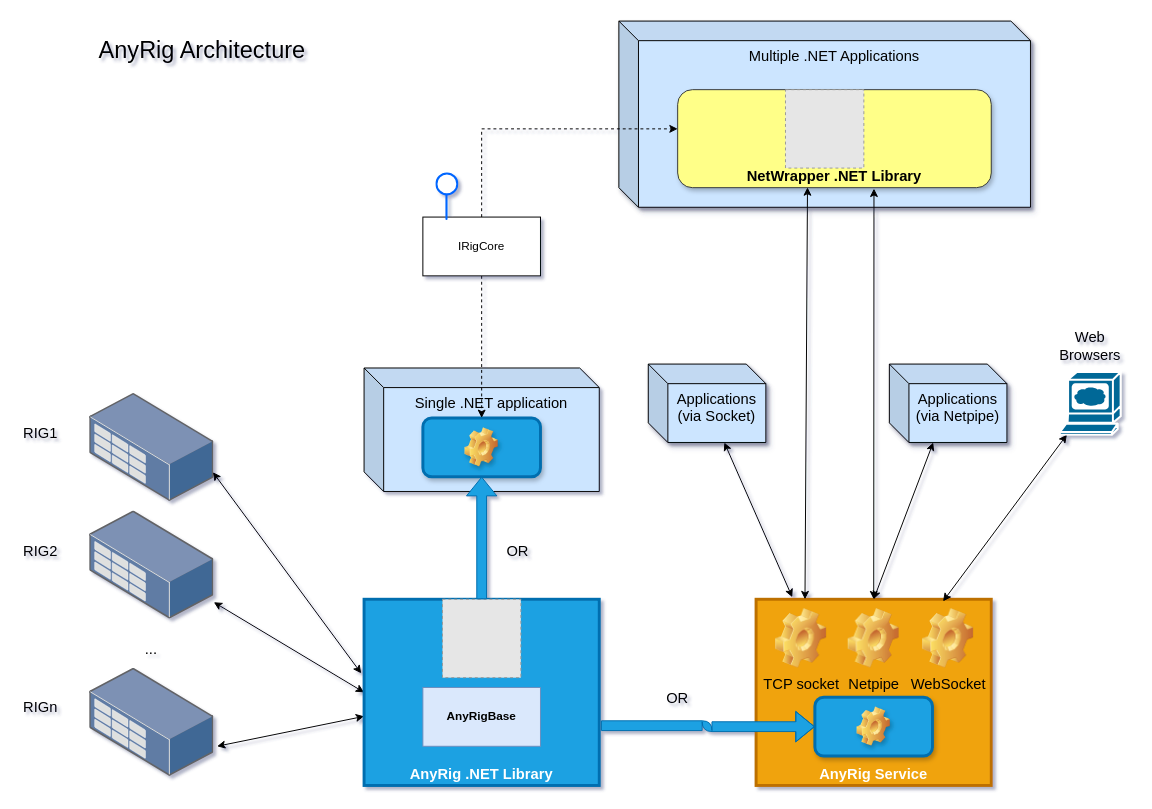
Before: AnyRigArchitecture.drawio in iw1qlh/AnyRig, a draw.io diagram. Source tidied: cells renumbered, new cells numbered last; positions are measured from the earlier drawing's top-left corner, leaving out a move shared by most shapes. Both pictures are drawn from the tidied source at 98%, with x=0, y=0 at pixel (21, 21). Pictures stored in the file or linked from it are replaced by grey dashed boxes.
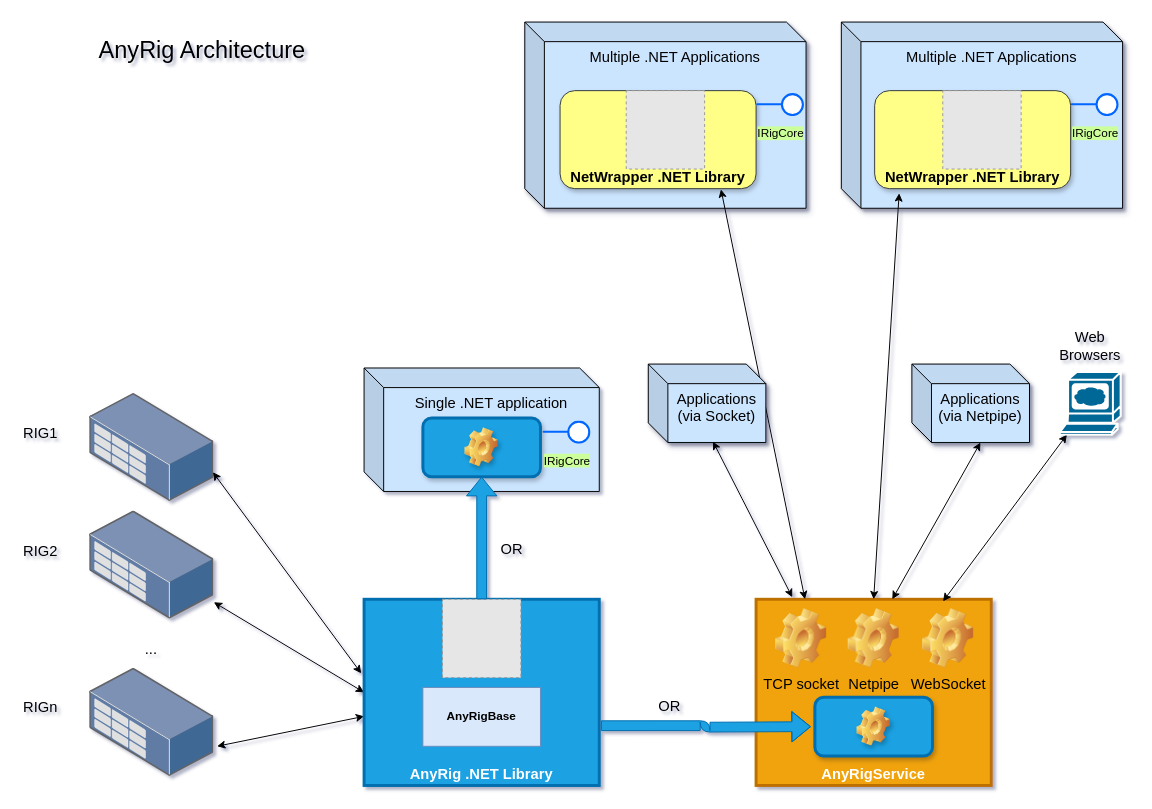
The same page after the edit.

Unchanged cells that the change refers to:
```xml
<mxCell id="5" value="AnyRig .NET Library" style="whiteSpace=wrap;html=1;shadow=0;glass=0;fillColor=#1ba1e2;strokeColor=#006EAF;fontColor=#ffffff;fontStyle=1;fontSize=15;verticalAlign=bottom;strokeWidth=3;perimeterSpacing=0;" parent="1" vertex="1">
  <mxGeometry x="350" y="590" width="240" height="190" as="geometry" />
</mxCell>
<mxCell id="32" style="rounded=1;whiteSpace=wrap;html=1;shadow=1;glass=0;labelBackgroundColor=none;strokeColor=#006EAF;strokeWidth=3;fillColor=#1ba1e2;fontSize=15;fontColor=#ffffff;sketch=0;" parent="1" vertex="1">
  <mxGeometry x="410" y="405" width="120" height="60" as="geometry" />
</mxCell>
<mxCell id="35" style="rounded=1;whiteSpace=wrap;html=1;shadow=1;glass=0;labelBackgroundColor=none;strokeColor=#006EAF;strokeWidth=3;fillColor=#1ba1e2;fontSize=15;fontColor=#ffffff;sketch=0;" parent="1" vertex="1">
  <mxGeometry x="810" y="690" width="120" height="60" as="geometry" />
</mxCell>
```

Diff of the diagram source:
```diff
@@
-    <mxCell id="8" value="AnyRig Service" style="whiteSpace=wrap;html=1;shadow=0;glass=0;fillColor=#f0a30a;strokeColor=#BD7000;fontColor=#ffffff;fontStyle=1;fontSize=15;labelPosition=center;verticalLabelPosition=middle;align=center;verticalAlign=bottom;strokeWidth=3;sketch=0;" parent="1" vertex="1">
+    <mxCell id="8" value="AnyRigService" style="whiteSpace=wrap;html=1;shadow=0;glass=0;fillColor=#f0a30a;strokeColor=#BD7000;fontColor=#ffffff;fontStyle=1;fontSize=15;labelPosition=center;verticalLabelPosition=middle;align=center;verticalAlign=bottom;strokeWidth=3;sketch=0;" parent="1" vertex="1">
       <mxGeometry x="750" y="590" width="240" height="190" as="geometry" />
     </mxCell>
@@
-    <mxCell id="14" style="edgeStyle=none;jettySize=auto;html=1;entryX=0.154;entryY=-0.011;entryDx=0;entryDy=0;entryPerimeter=0;startArrow=classic;startFill=1;fontSize=15;" parent="1" edge="1" source="15" target="8">
-      <mxGeometry relative="1" as="geometry" />
+    <mxCell id="14" style="edgeStyle=none;jettySize=auto;html=1;entryX=0.154;entryY=-0.011;entryDx=0;entryDy=0;entryPerimeter=0;startArrow=classic;startFill=1;fontSize=15;" parent="1" edge="1" target="8">
+      <mxGeometry relative="1" as="geometry">
+        <mxPoint x="706" y="429" as="sourcePoint" />
+      </mxGeometry>
     </mxCell>
-    <mxCell id="15" value="&lt;div&gt;Applications (via Socket)&lt;/div&gt;&lt;div&gt;&lt;br&gt;&lt;/div&gt;" style="shape=cube;whiteSpace=wrap;boundedLbl=1;backgroundOutline=1;darkOpacity=0.05;darkOpacity2=0.1;shadow=1;fontSize=15;verticalAlign=top;glass=0;labelBackgroundColor=none;fillColor=#cce5ff;html=1;sketch=0;" parent="1" vertex="1">
-      <mxGeometry x="640" y="350" width="120" height="80" as="geometry" />
-    </mxCell>
@@
-    <mxCell id="17" style="edgeStyle=none;jettySize=auto;html=1;entryX=0.5;entryY=0;entryDx=0;entryDy=0;startArrow=classic;startFill=1;fontSize=15;" parent="1" edge="1" source="18" target="8">
-      <mxGeometry relative="1" as="geometry" />
+    <mxCell id="17" style="edgeStyle=none;jettySize=auto;html=1;startArrow=classic;startFill=1;fontSize=15;exitX=0;exitY=0;exitDx=70;exitDy=80;exitPerimeter=0;" parent="1" edge="1" source="18">
+      <mxGeometry relative="1" as="geometry">
+        <mxPoint x="889" y="590" as="targetPoint" />
+      </mxGeometry>
     </mxCell>
-    <mxCell id="18" value="Applications (via Netpipe)" style="shape=cube;whiteSpace=wrap;boundedLbl=1;backgroundOutline=1;darkOpacity=0.05;darkOpacity2=0.1;shadow=1;fontSize=15;verticalAlign=top;glass=0;labelBackgroundColor=none;fillColor=#cce5ff;html=1;sketch=0;" parent="1" vertex="1">
-      <mxGeometry x="886" y="350" width="120" height="80" as="geometry" />
-    </mxCell>
     <mxCell id="19" value="Multiple .NET Applications" style="shape=cube;whiteSpace=wrap;boundedLbl=1;backgroundOutline=1;darkOpacity=0.05;darkOpacity2=0.1;shadow=1;fontSize=15;verticalAlign=top;glass=0;labelBackgroundColor=none;fillColor=#cce5ff;html=1;" parent="1" vertex="1">
-      <mxGeometry x="610" width="420" height="190" as="geometry" />
+      <mxGeometry x="514" y="1" width="287" height="190" as="geometry" />
     </mxCell>
@@
     <mxCell id="28" value="NetWrapper .NET Library" style="whiteSpace=wrap;html=1;shadow=1;glass=0;labelBackgroundColor=none;strokeColor=#36393d;fillColor=#ffff88;fontSize=15;fontStyle=1;verticalAlign=bottom;rounded=1;" parent="1" vertex="1">
-      <mxGeometry x="670" y="70" width="320" height="100" as="geometry" />
+      <mxGeometry x="550" y="71" width="200" height="100" as="geometry" />
     </mxCell>
     <mxCell id="29" style="fillColor=#E6E6E6;strokeColor=#999999;dashed=1;html=1;verticalAlign=top;verticalLabelPosition=bottom;labelBackgroundColor=#ffffff;fontSize=15;" parent="1" vertex="1">
-      <mxGeometry x="780" y="70" width="80" height="80" as="geometry" />
+      <mxGeometry x="617.5" y="71" width="80" height="80" as="geometry" />
     </mxCell>
-    <mxCell id="30" style="edgeStyle=none;jettySize=auto;html=1;startArrow=classic;startFill=1;fontSize=15;exitX=0.626;exitY=1.01;exitDx=0;exitDy=0;exitPerimeter=0;" parent="1" edge="1" source="28" target="8">
-      <mxGeometry relative="1" as="geometry" />
-    </mxCell>
-    <mxCell id="31" style="edgeStyle=none;jettySize=auto;html=1;startArrow=classic;startFill=1;fontSize=15;entryX=0.208;entryY=0;entryDx=0;entryDy=0;entryPerimeter=0;exitX=0.414;exitY=0.997;exitDx=0;exitDy=0;exitPerimeter=0;" parent="1" edge="1" source="28" target="8">
-      <mxGeometry relative="1" as="geometry" />
-    </mxCell>
@@
-    <mxCell id="37" style="edgeStyle=orthogonalEdgeStyle;jettySize=auto;html=1;fontSize=15;startArrow=none;startFill=0;shape=flexArrow;entryX=0;entryY=0.5;entryDx=0;entryDy=0;exitX=1.007;exitY=0.679;exitDx=0;exitDy=0;exitPerimeter=0;fillColor=#1ba1e2;strokeColor=#006EAF;" parent="1" edge="1" source="5" target="35">
-      <mxGeometry relative="1" as="geometry" />
+    <mxCell id="37" style="edgeStyle=orthogonalEdgeStyle;jettySize=auto;html=1;fontSize=15;startArrow=none;startFill=0;shape=flexArrow;exitX=1.007;exitY=0.679;exitDx=0;exitDy=0;exitPerimeter=0;fillColor=#1ba1e2;strokeColor=#006EAF;" parent="1" edge="1" source="5">
+      <mxGeometry relative="1" as="geometry">
+        <mxPoint x="806" y="720" as="targetPoint" />
+      </mxGeometry>
     </mxCell>
@@
-    <mxCell id="39" value="OR" style="text;html=1;strokeColor=none;fillColor=none;align=center;verticalAlign=middle;whiteSpace=wrap;shadow=1;glass=0;labelBackgroundColor=none;fontSize=15;" parent="1" vertex="1">
-      <mxGeometry x="487.1" y="530" width="40" height="20" as="geometry" />
-    </mxCell>
-    <mxCell id="40" value="OR" style="text;html=1;strokeColor=none;fillColor=none;align=center;verticalAlign=middle;whiteSpace=wrap;shadow=1;glass=0;labelBackgroundColor=none;fontSize=15;" parent="1" vertex="1">
-      <mxGeometry x="650" y="680" width="40" height="20" as="geometry" />
-    </mxCell>
-    <mxCell id="41" style="edgeStyle=orthogonalEdgeStyle;rounded=0;jettySize=auto;html=1;exitX=0.5;exitY=1;exitDx=0;exitDy=0;entryX=0.5;entryY=0;entryDx=0;entryDy=0;dashed=1;" parent="1" edge="1" source="43" target="32">
-      <mxGeometry relative="1" as="geometry" />
-    </mxCell>
-    <mxCell id="42" style="edgeStyle=orthogonalEdgeStyle;rounded=0;jettySize=auto;html=1;exitX=0.5;exitY=0;exitDx=0;exitDy=0;dashed=1;" parent="1" edge="1" source="43">
-      <mxGeometry relative="1" as="geometry">
-        <mxPoint x="670" y="110" as="targetPoint" />
-        <Array as="points">
-          <mxPoint x="470" y="110" />
-        </Array>
-      </mxGeometry>
-    </mxCell>
-    <mxCell id="43" value="IRigCore" style="rounded=0;whiteSpace=wrap;html=1;" parent="1" vertex="1">
-      <mxGeometry x="410" y="200" width="120" height="60" as="geometry" />
-    </mxCell>
-    <mxCell id="44" style="perimeter=ellipsePerimeter;html=1;align=center;shadow=0;dashed=0;spacingTop=3;image;image=img/lib/active_directory/interface.svg;rotation=-90;" parent="1" vertex="1">
-      <mxGeometry x="410" y="166.5" width="50" height="23.5" as="geometry" />
-    </mxCell>
+    <mxCell id="45" value="&lt;div&gt;OR&lt;/div&gt;" style="text;html=1;strokeColor=none;fillColor=none;align=center;verticalAlign=middle;whiteSpace=wrap;shadow=1;glass=0;labelBackgroundColor=none;fontSize=15;" parent="1" vertex="1">
+      <mxGeometry x="481" y="528" width="40" height="20" as="geometry" />
+    </mxCell>
+    <mxCell id="46" value="&lt;div&gt;OR&lt;/div&gt;" style="text;html=1;strokeColor=none;fillColor=none;align=center;verticalAlign=middle;whiteSpace=wrap;shadow=1;glass=0;labelBackgroundColor=none;fontSize=15;" parent="1" vertex="1">
+      <mxGeometry x="642" y="688" width="40" height="20" as="geometry" />
+    </mxCell>
+    <mxCell id="47" value="Multiple .NET Applications" style="shape=cube;whiteSpace=wrap;boundedLbl=1;backgroundOutline=1;darkOpacity=0.05;darkOpacity2=0.1;shadow=1;fontSize=15;verticalAlign=top;glass=0;labelBackgroundColor=none;fillColor=#cce5ff;html=1;" parent="1" vertex="1">
+      <mxGeometry x="837" y="1" width="287" height="190" as="geometry" />
+    </mxCell>
+    <mxCell id="48" value="NetWrapper .NET Library" style="whiteSpace=wrap;html=1;shadow=1;glass=0;labelBackgroundColor=none;strokeColor=#36393d;fillColor=#ffff88;fontSize=15;fontStyle=1;verticalAlign=bottom;rounded=1;" parent="1" vertex="1">
+      <mxGeometry x="871" y="71" width="200" height="100" as="geometry" />
+    </mxCell>
+    <mxCell id="49" style="fillColor=#E6E6E6;strokeColor=#999999;dashed=1;html=1;verticalAlign=top;verticalLabelPosition=bottom;labelBackgroundColor=#ffffff;fontSize=15;" parent="1" vertex="1">
+      <mxGeometry x="940.5" y="71" width="80" height="80" as="geometry" />
+    </mxCell>
+    <mxCell id="31" style="edgeStyle=none;jettySize=auto;html=1;startArrow=classic;startFill=1;fontSize=15;entryX=0.208;entryY=0;entryDx=0;entryDy=0;entryPerimeter=0;exitX=0.821;exitY=1.007;exitDx=0;exitDy=0;exitPerimeter=0;" parent="1" edge="1" source="28" target="8">
+      <mxGeometry relative="1" as="geometry" />
+    </mxCell>
+    <mxCell id="15" value="&lt;div&gt;Applications (via Socket)&lt;/div&gt;&lt;div&gt;&lt;br&gt;&lt;/div&gt;" style="shape=cube;whiteSpace=wrap;boundedLbl=1;backgroundOutline=1;darkOpacity=0.05;darkOpacity2=0.1;shadow=1;fontSize=15;verticalAlign=top;glass=0;labelBackgroundColor=none;fillColor=#cce5ff;html=1;sketch=0;" parent="1" vertex="1">
+      <mxGeometry x="640" y="350" width="120" height="80" as="geometry" />
+    </mxCell>
+    <mxCell id="50" style="rounded=0;jettySize=auto;html=1;entryX=0.125;entryY=1.047;entryDx=0;entryDy=0;entryPerimeter=0;startArrow=classic;startFill=1;exitX=0.5;exitY=0;exitDx=0;exitDy=0;" parent="1" edge="1" source="8" target="48">
+      <mxGeometry relative="1" as="geometry" />
+    </mxCell>
+    <mxCell id="18" value="Applications (via Netpipe)" style="shape=cube;whiteSpace=wrap;boundedLbl=1;backgroundOutline=1;darkOpacity=0.05;darkOpacity2=0.1;shadow=1;fontSize=15;verticalAlign=top;glass=0;labelBackgroundColor=none;fillColor=#cce5ff;html=1;sketch=0;" parent="1" vertex="1">
+      <mxGeometry x="909" y="350" width="120" height="80" as="geometry" />
+    </mxCell>
+    <mxCell id="51" value="IRigCore" style="perimeter=ellipsePerimeter;html=1;align=center;shadow=0;dashed=0;spacingTop=3;image;image=img/lib/active_directory/interface.svg;labelBackgroundColor=#CCFF99;" parent="1" vertex="1">
+      <mxGeometry x="532" y="408.2" width="50" height="23.5" as="geometry" />
+    </mxCell>
+    <mxCell id="52" value="IRigCore" style="perimeter=ellipsePerimeter;html=1;align=center;shadow=0;dashed=0;spacingTop=3;image;image=img/lib/active_directory/interface.svg;labelBackgroundColor=#CCFF99;" parent="1" vertex="1">
+      <mxGeometry x="750" y="74" width="50" height="23.5" as="geometry" />
+    </mxCell>
+    <mxCell id="53" value="IRigCore" style="perimeter=ellipsePerimeter;html=1;align=center;shadow=0;dashed=0;spacingTop=3;image;image=img/lib/active_directory/interface.svg;labelBackgroundColor=#CCFF99;" parent="1" vertex="1">
+      <mxGeometry x="1071" y="74" width="50" height="23.5" as="geometry" />
+    </mxCell>
```
